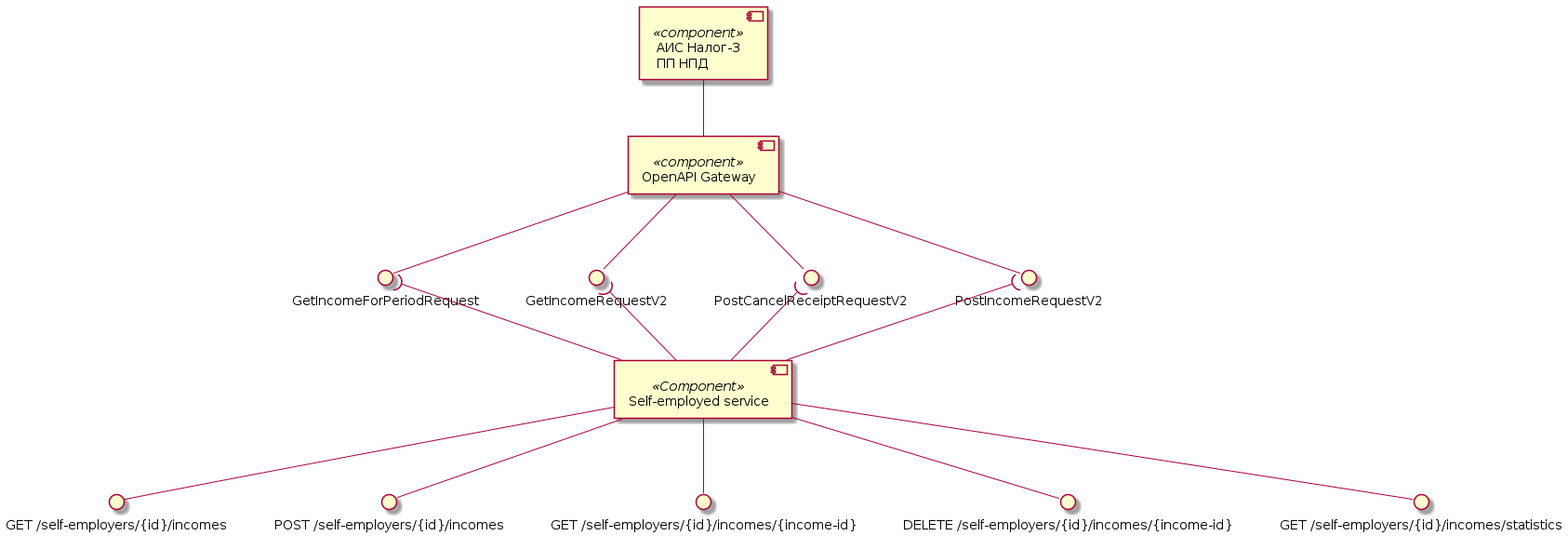
RaikBitters/ibank-internal-services keeps this PlantUML diagram as assets/images/diagrams/self-employed-service/components/incomes-components.png. Above is the earlier version.
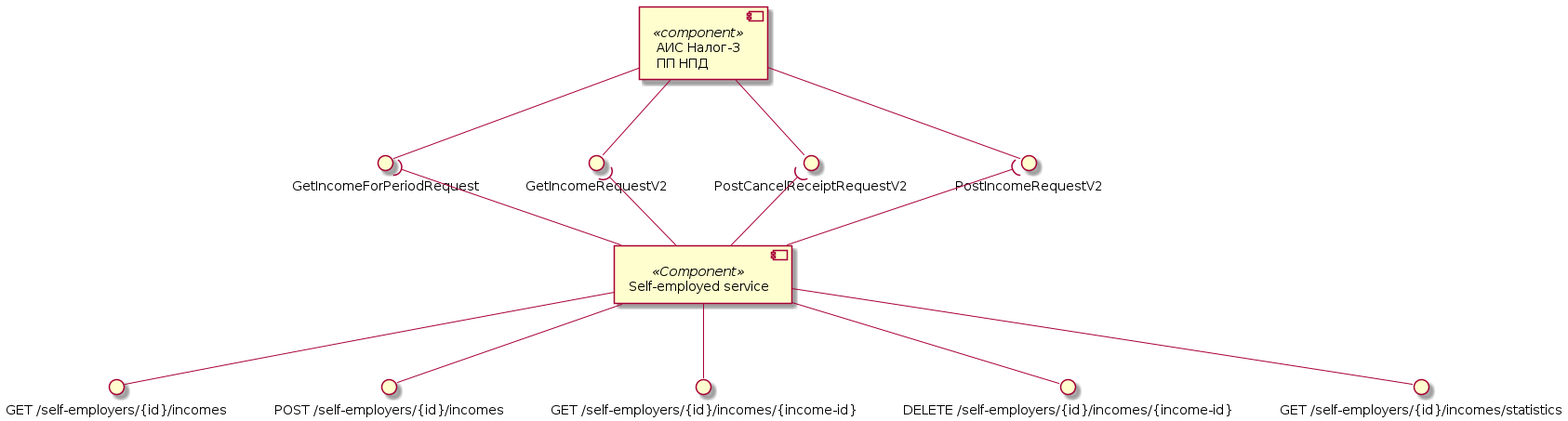
After the change.

The edit, as a diff of the source:
```diff
@@ -1,17 +1,15 @@
 @startuml incomes-components
 
 component "АИС Налог-3\nПП НПД" as Tax3 <<component>>
-component "OpenAPI Gateway" as OpenAPI <<component>>
 interface "PostIncomeRequestV2" as PostIncome
 interface "PostCancelReceiptRequestV2" as PostCancelReceipt
 interface "GetIncomeRequestV2" as GetIncome
 interface "GetIncomeForPeriodRequest" as GetIncomeForPeriod
 
-Tax3 -- OpenAPI
-OpenAPI --() PostIncome
-OpenAPI --() PostCancelReceipt
-OpenAPI --() GetIncome
-OpenAPI --() GetIncomeForPeriod
+Tax3 --() PostIncome
+Tax3 --() PostCancelReceipt
+Tax3 --() GetIncome
+Tax3 --() GetIncomeForPeriod
 
 component "Self-employed service" as SelfEmplService <<Component>>
 interface "GET /self-employers/{id}/incomes" as getIncomes
```
